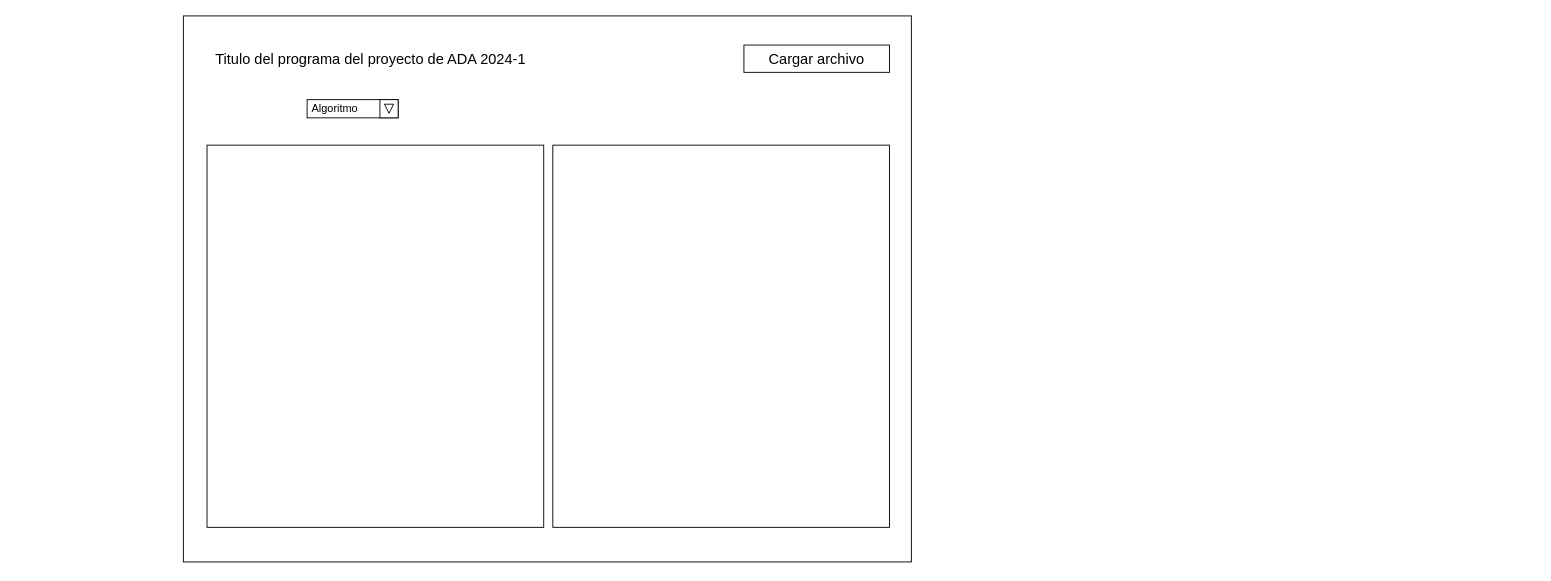
Before: Enunciado/Mockup.drawio in JuanLoaiza007/Proyecto-1-ADA-II, a draw.io diagram. Source tidied: cells renumbered, new cells numbered last; positions are measured from the earlier drawing's top-left corner, leaving out a move shared by most shapes. Both pictures are drawn from the tidied source at 91%, with x=0, y=0 at pixel (183, 15).
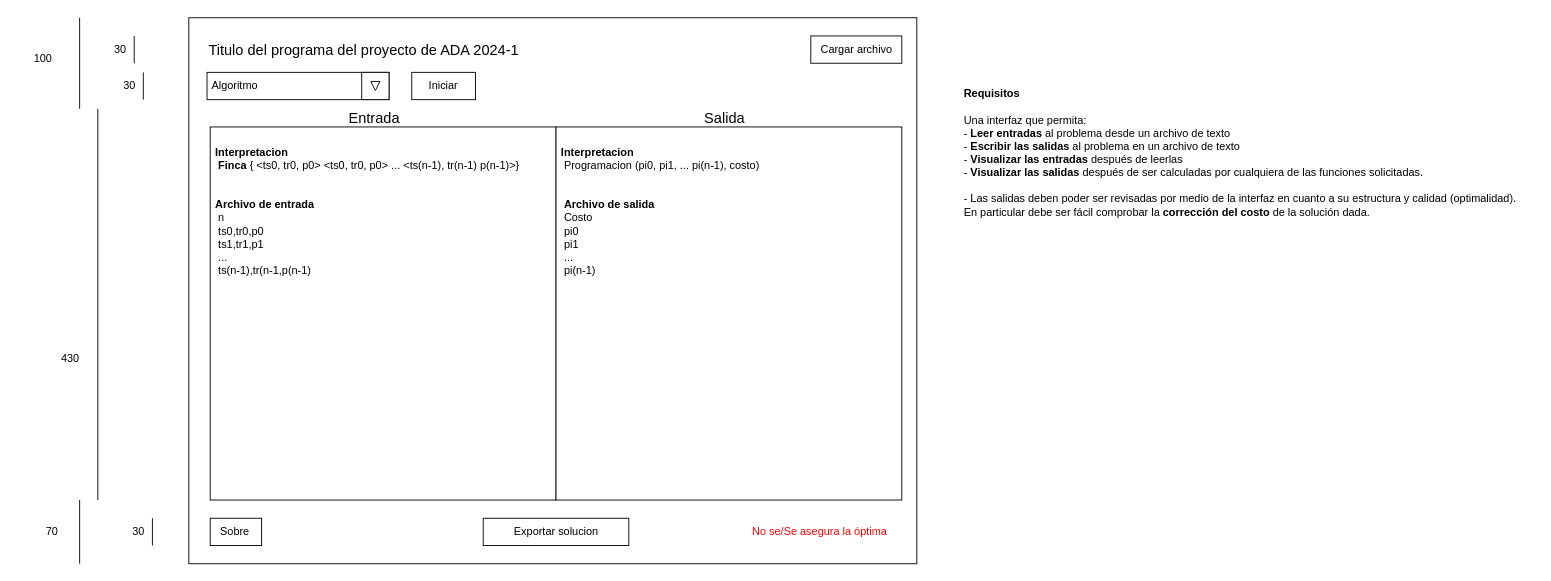
Above is the later version.

Commit message:
first presentable mockup

The edit, as a diff of the source:
```diff
@@
     <mxCell id="2" style="rounded=0;whiteSpace=wrap;html=1;" parent="1" vertex="1">
-      <mxGeometry width="800" height="600" as="geometry" />
+      <mxGeometry x="6" y="2" width="800" height="600" as="geometry" />
     </mxCell>
-    <mxCell id="3" style="rounded=0;whiteSpace=wrap;html=1;" parent="1" vertex="1">
-      <mxGeometry x="616" y="32" width="160" height="30" as="geometry" />
+    <mxCell id="3" value="Cargar archivo" style="rounded=0;whiteSpace=wrap;html=1;" parent="1" vertex="1">
+      <mxGeometry x="689.5" y="22" width="100" height="30" as="geometry" />
     </mxCell>
-    <mxCell id="4" value="&lt;font style=&quot;font-size: 16px;&quot;&gt;Cargar archivo&lt;/font&gt;" style="text;html=1;align=center;verticalAlign=middle;whiteSpace=wrap;rounded=0;" parent="1" vertex="1">
-      <mxGeometry x="626" y="32" width="140" height="30" as="geometry" />
-    </mxCell>
-    <mxCell id="5" value="&lt;font style=&quot;font-size: 16px;&quot;&gt;Titulo del programa del proyecto de ADA 2024-1&lt;/font&gt;" style="text;html=1;align=center;verticalAlign=middle;whiteSpace=wrap;rounded=0;" parent="1" vertex="1">
-      <mxGeometry x="26" y="32" width="360" height="30" as="geometry" />
+    <mxCell id="5" value="&lt;font style=&quot;font-size: 16px;&quot;&gt;Titulo del programa del proyecto de ADA 2024-1&lt;/font&gt;" style="text;html=1;align=left;verticalAlign=middle;whiteSpace=wrap;rounded=0;" parent="1" vertex="1">
+      <mxGeometry x="26" y="22" width="360" height="30" as="geometry" />
     </mxCell>
-    <mxCell id="6" style="rounded=0;whiteSpace=wrap;html=1;" parent="1" vertex="1">
-      <mxGeometry x="26" y="142" width="370" height="420" as="geometry" />
+    <mxCell id="6" value="&lt;b&gt;&amp;nbsp;&lt;br&gt;&amp;nbsp;Interpretacion&lt;br&gt;&amp;nbsp; Finca &lt;/b&gt;{ &amp;lt;ts0, tr0, p0&amp;gt; &amp;lt;&lt;span style=&quot;border-color: var(--border-color);&quot;&gt;ts0, tr0, p0&lt;/span&gt;&amp;gt; ... &amp;lt;&lt;span style=&quot;border-color: var(--border-color);&quot;&gt;ts(n-1), tr&lt;span style=&quot;border-color: var(--border-color);&quot;&gt;(n-1)&lt;/span&gt;&amp;nbsp;p&lt;span style=&quot;border-color: var(--border-color);&quot;&gt;(n-1)&lt;/span&gt;&lt;/span&gt;&amp;gt;}&lt;br&gt;&lt;br&gt;&lt;br&gt;&lt;b&gt;&amp;nbsp;Archivo de entrada&lt;/b&gt;&lt;br&gt;&lt;b&gt;&amp;nbsp;&amp;nbsp;&lt;/b&gt;n&lt;br&gt;&amp;nbsp; ts0,tr0,p0&lt;br&gt;&amp;nbsp; ts1,tr1,p1&lt;br&gt;&amp;nbsp; ...&lt;br&gt;&amp;nbsp; ts(n-1),tr(n-1,p(n-1)&lt;b&gt;&lt;br&gt;&amp;nbsp;&lt;br&gt;&lt;/b&gt;" style="rounded=0;whiteSpace=wrap;html=1;align=left;verticalAlign=top;spacing=2;" parent="1" vertex="1">
+      <mxGeometry x="29.5" y="122" width="380" height="410" as="geometry" />
     </mxCell>
-    <mxCell id="7" style="rounded=0;whiteSpace=wrap;html=1;" parent="1" vertex="1">
-      <mxGeometry x="406" y="142" width="370" height="420" as="geometry" />
+    <mxCell id="7" value="&lt;b&gt;&lt;br&gt;&amp;nbsp;Interpretacion&lt;br&gt;&lt;/b&gt;&amp;nbsp; Programacion (pi0, pi1, ... pi(n-1), costo)&lt;br&gt;&lt;br&gt;&lt;br&gt;&amp;nbsp;&lt;b style=&quot;border-color: var(--border-color);&quot;&gt;&amp;nbsp;Archivo de salida&lt;/b&gt;&lt;br&gt;&amp;nbsp; Costo&lt;br&gt;&amp;nbsp; pi0&lt;br&gt;&amp;nbsp; pi1&lt;br&gt;&amp;nbsp; ...&lt;br&gt;&amp;nbsp; pi(n-1)" style="rounded=0;whiteSpace=wrap;html=1;align=left;verticalAlign=top;" parent="1" vertex="1">
+      <mxGeometry x="409.5" y="122" width="380" height="410" as="geometry" />
     </mxCell>
     <mxCell id="8" value="&amp;nbsp;Algoritmo" style="rounded=0;whiteSpace=wrap;html=1;align=left;" parent="1" vertex="1">
-      <mxGeometry x="136" y="92" width="100" height="20" as="geometry" />
+      <mxGeometry x="26" y="62" width="200" height="30" as="geometry" />
     </mxCell>
     <mxCell id="9" style="rounded=0;whiteSpace=wrap;html=1;" parent="1" vertex="1">
-      <mxGeometry x="216" y="92" width="20" height="20" as="geometry" />
+      <mxGeometry x="196" y="62" width="30" height="30" as="geometry" />
     </mxCell>
     <mxCell id="10" style="triangle;whiteSpace=wrap;html=1;rotation=90;" parent="1" vertex="1">
-      <mxGeometry x="221" y="97" width="10" height="10" as="geometry" />
+      <mxGeometry x="206" y="72" width="10" height="10" as="geometry" />
     </mxCell>
+    <mxCell id="11" value="&lt;b&gt;Requisitos&lt;/b&gt;&lt;br&gt;&lt;br&gt;Una interfaz que permita:&lt;br&gt;- &lt;b&gt;Leer entradas&lt;/b&gt; al problema desde&amp;nbsp;un archivo de texto&lt;br&gt;- &lt;b&gt;Escribir las salidas&lt;/b&gt; al problema en un archivo de&amp;nbsp;texto&amp;nbsp;&lt;br&gt;- &lt;b&gt;Visualizar las entradas&lt;/b&gt;&amp;nbsp;después de leerlas &lt;br&gt;- &lt;b&gt;Visualizar las salidas&lt;/b&gt;&amp;nbsp;después de ser calculadas por cualquiera de las funciones solicitadas. &lt;br&gt;&lt;br&gt;- Las salidas deben poder ser&amp;nbsp;revisadas por medio de la interfaz en cuanto a su estructura y calidad (optimalidad). &lt;br&gt;En particular debe ser fácil comprobar la &lt;b&gt;corrección del costo&lt;/b&gt; de la solución dada." style="text;whiteSpace=wrap;html=1;" parent="1" vertex="1">
+      <mxGeometry x="856" y="72" width="630" height="180" as="geometry" />
+    </mxCell>
+    <mxCell id="12" value="Iniciar" style="rounded=0;whiteSpace=wrap;html=1;" parent="1" vertex="1">
+      <mxGeometry x="251" y="62" width="70" height="30" as="geometry" />
+    </mxCell>
+    <mxCell id="13" value="Exportar solucion" style="rounded=0;whiteSpace=wrap;html=1;" parent="1" vertex="1">
+      <mxGeometry x="329.5" y="552" width="160" height="30" as="geometry" />
+    </mxCell>
+    <mxCell id="14" value="&lt;font style=&quot;font-size: 16px;&quot;&gt;Entrada&lt;/font&gt;" style="text;html=1;align=center;verticalAlign=middle;whiteSpace=wrap;rounded=0;" parent="1" vertex="1">
+      <mxGeometry x="164.5" y="102" width="90" height="20" as="geometry" />
+    </mxCell>
+    <mxCell id="15" value="&lt;font style=&quot;font-size: 16px;&quot;&gt;Salida&lt;/font&gt;" style="text;html=1;align=center;verticalAlign=middle;whiteSpace=wrap;rounded=0;" parent="1" vertex="1">
+      <mxGeometry x="549.5" y="102" width="90" height="20" as="geometry" />
+    </mxCell>
+    <mxCell id="16" value="Sobre&amp;nbsp;" style="rounded=0;whiteSpace=wrap;html=1;" parent="1" vertex="1">
+      <mxGeometry x="29.5" y="552" width="56.5" height="30" as="geometry" />
+    </mxCell>
+    <mxCell id="17" value="No se/Se asegura la óptima" style="text;html=1;align=center;verticalAlign=middle;whiteSpace=wrap;rounded=0;fontColor=#FF0000;" parent="1" vertex="1">
+      <mxGeometry x="613" y="552" width="173" height="30" as="geometry" />
+    </mxCell>
+    <mxCell id="18" style="endArrow=none;html=1;rounded=0;" parent="1" edge="1">
+      <mxGeometry relative="1" as="geometry">
+        <mxPoint x="-114" y="102" as="sourcePoint" />
+        <mxPoint x="-114" y="2" as="targetPoint" />
+      </mxGeometry>
+    </mxCell>
+    <mxCell id="19" style="endArrow=none;html=1;rounded=0;" parent="1" edge="1">
+      <mxGeometry relative="1" as="geometry">
+        <mxPoint x="-94" y="532" as="sourcePoint" />
+        <mxPoint x="-94" y="102" as="targetPoint" />
+      </mxGeometry>
+    </mxCell>
+    <mxCell id="20" style="endArrow=none;html=1;rounded=0;" parent="1" edge="1">
+      <mxGeometry relative="1" as="geometry">
+        <mxPoint x="-114" y="602" as="sourcePoint" />
+        <mxPoint x="-114" y="532" as="targetPoint" />
+      </mxGeometry>
+    </mxCell>
+    <mxCell id="21" value="70" style="text;html=1;align=center;verticalAlign=middle;whiteSpace=wrap;rounded=0;" parent="1" vertex="1">
+      <mxGeometry x="-174" y="552" width="60" height="30" as="geometry" />
+    </mxCell>
+    <mxCell id="22" value="430" style="text;html=1;align=center;verticalAlign=middle;whiteSpace=wrap;rounded=0;" parent="1" vertex="1">
+      <mxGeometry x="-154" y="362" width="60" height="30" as="geometry" />
+    </mxCell>
+    <mxCell id="23" value="100" style="text;html=1;align=center;verticalAlign=middle;whiteSpace=wrap;rounded=0;" parent="1" vertex="1">
+      <mxGeometry x="-184" y="32" width="60" height="30" as="geometry" />
+    </mxCell>
+    <mxCell id="24" style="endArrow=none;html=1;rounded=0;" parent="1" edge="1">
+      <mxGeometry relative="1" as="geometry">
+        <mxPoint x="-54" y="52" as="sourcePoint" />
+        <mxPoint x="-54" y="22" as="targetPoint" />
+      </mxGeometry>
+    </mxCell>
+    <mxCell id="25" style="endArrow=none;html=1;rounded=0;" parent="1" edge="1">
+      <mxGeometry relative="1" as="geometry">
+        <mxPoint x="-44" y="92" as="sourcePoint" />
+        <mxPoint x="-44" y="62" as="targetPoint" />
+      </mxGeometry>
+    </mxCell>
+    <mxCell id="26" value="30" style="text;html=1;align=center;verticalAlign=middle;whiteSpace=wrap;rounded=0;" parent="1" vertex="1">
+      <mxGeometry x="-84" y="22" width="30" height="30" as="geometry" />
+    </mxCell>
+    <mxCell id="27" value="30" style="text;html=1;align=center;verticalAlign=middle;whiteSpace=wrap;rounded=0;" parent="1" vertex="1">
+      <mxGeometry x="-74" y="62" width="30" height="30" as="geometry" />
+    </mxCell>
+    <mxCell id="28" style="endArrow=none;html=1;rounded=0;" parent="1" edge="1">
+      <mxGeometry relative="1" as="geometry">
+        <mxPoint x="-34" y="582" as="sourcePoint" />
+        <mxPoint x="-34" y="552" as="targetPoint" />
+      </mxGeometry>
+    </mxCell>
+    <mxCell id="29" value="30" style="text;html=1;align=center;verticalAlign=middle;whiteSpace=wrap;rounded=0;" parent="1" vertex="1">
+      <mxGeometry x="-64" y="552" width="30" height="30" as="geometry" />
+    </mxCell>
```
